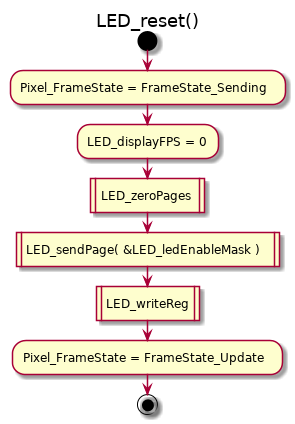
This is doc/uml/LED_reset.png from kluelogic/controller, a PlantUML export, as it was before one commit. Its diagram source:
```plantuml
@startuml
title LED_reset()
start
:Pixel_FrameState = FrameState_Sending;
:LED_displayFPS = 0;
:LED_zeroPages|
:LED_sendPage( &LED_ledEnableMask )|
:LED_writeReg|
:Pixel_FrameState = FrameState_Update;
stop
@enduml
```
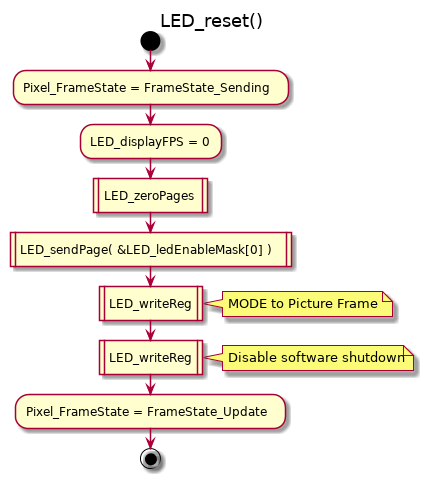
The same diagram one commit later.

Diff of the diagram source:
```diff
@@ -4,8 +4,15 @@
 :Pixel_FrameState = FrameState_Sending;
 :LED_displayFPS = 0;
 :LED_zeroPages|
-:LED_sendPage( &LED_ledEnableMask )|
+:LED_sendPage( &LED_ledEnableMask[0] )|
 :LED_writeReg|
+note right
+MODE to Picture Frame
+end note
+:LED_writeReg|
+note right
+Disable software shutdown
+end note
 :Pixel_FrameState = FrameState_Update;
 stop
 @enduml
```
